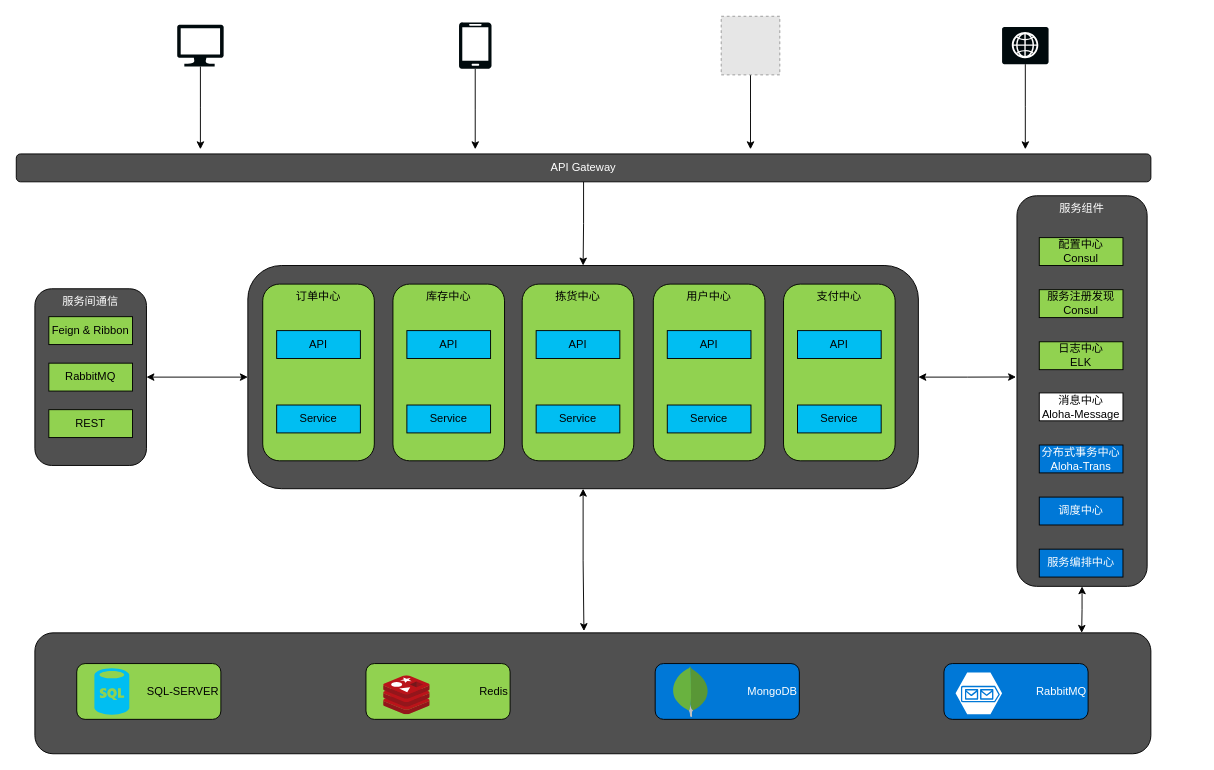
FYou/drawIo keeps this draw.io diagram as work/aloha-role.drawio. Above is the earlier version. Source tidied: cells renumbered, new cells numbered last; positions are measured from the earlier drawing's top-left corner, leaving out a move shared by most shapes. Both pictures are drawn from the tidied source at 93%, with x=0, y=0 at pixel (16, 16). Pictures stored in the file or linked from it are replaced by grey dashed boxes.
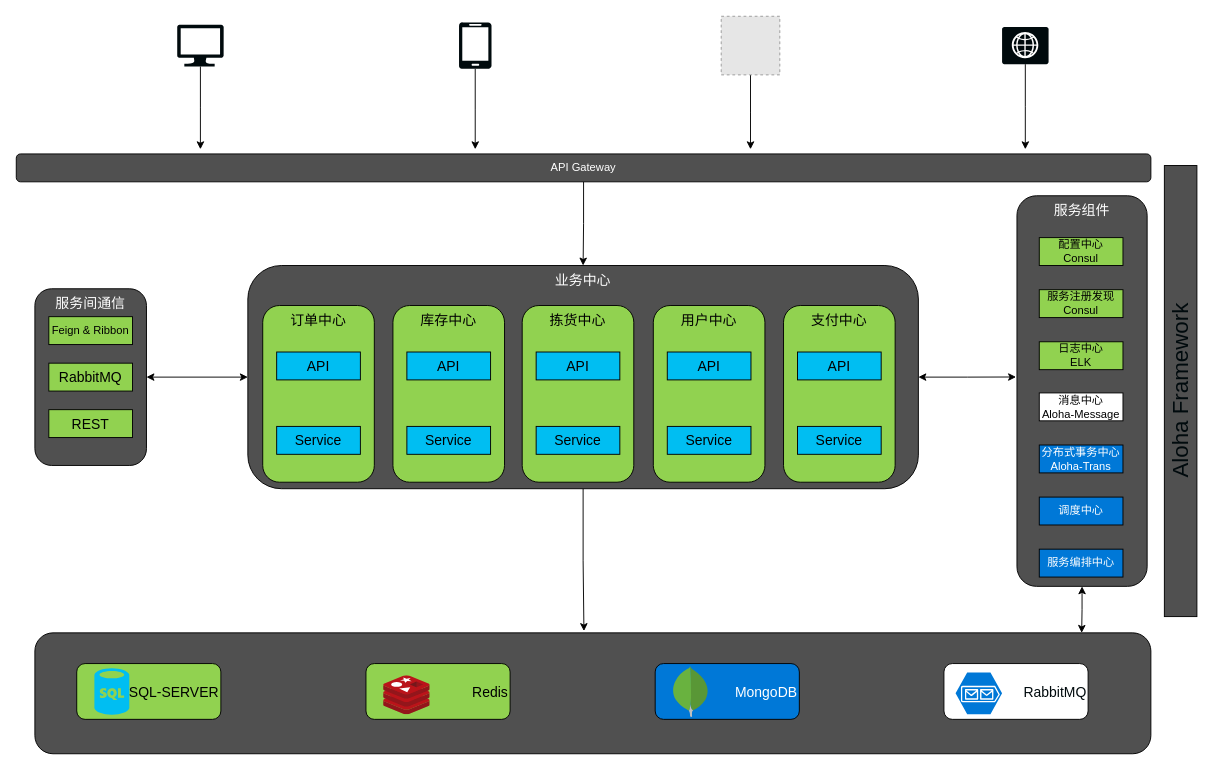
The same page after the edit.

The change refers to these unchanged cells:
```xml
<mxCell id="44" style="rounded=1;whiteSpace=wrap;html=1;shadow=0;fillColor=#505050;fontColor=#FFFFFF;" parent="1" vertex="1">
  <mxGeometry x="20" y="663" width="1200" height="130" as="geometry" />
</mxCell>
```

The edit, as a diff of the source:
```diff
@@
-    <mxCell id="2" style="edgeStyle=orthogonalEdgeStyle;rounded=0;jettySize=auto;html=1;entryX=1;entryY=0.5;entryDx=0;entryDy=0;startArrow=classic;startFill=1;" parent="1" edge="1" source="5" target="16">
+    <mxCell id="2" style="edgeStyle=orthogonalEdgeStyle;rounded=0;jettySize=auto;html=1;entryX=1;entryY=0.5;entryDx=0;entryDy=0;startArrow=classic;startFill=1;fontSize=15;" parent="1" edge="1" source="5" target="16">
       <mxGeometry relative="1" as="geometry" />
     </mxCell>
@@
-    <mxCell id="4" style="edgeStyle=orthogonalEdgeStyle;rounded=0;jettySize=auto;html=1;entryX=0.492;entryY=-0.015;entryDx=0;entryDy=0;entryPerimeter=0;startArrow=classic;startFill=1;" parent="1" edge="1" source="5" target="44">
+    <mxCell id="4" style="edgeStyle=orthogonalEdgeStyle;rounded=0;jettySize=auto;html=1;entryX=0.492;entryY=-0.015;entryDx=0;entryDy=0;entryPerimeter=0;startArrow=none;startFill=0;fontSize=15;" parent="1" edge="1" source="5" target="44">
       <mxGeometry relative="1" as="geometry" />
     </mxCell>
-    <mxCell id="5" style="rounded=1;whiteSpace=wrap;html=1;fillColor=#505050;fontColor=#FFFFFF;" parent="1" vertex="1">
+    <mxCell id="5" value="业务中心" style="rounded=1;whiteSpace=wrap;html=1;fillColor=#505050;fontColor=#FFFFFF;fontSize=15;verticalAlign=top;" parent="1" vertex="1">
       <mxGeometry x="249" y="268" width="721" height="240" as="geometry" />
     </mxCell>
@@
-    <mxCell id="16" value="服务间通信" style="rounded=1;whiteSpace=wrap;html=1;fillColor=#505050;horizontal=1;verticalAlign=top;fontColor=#FFFFFF;" parent="1" vertex="1">
+    <mxCell id="16" value="服务间通信" style="rounded=1;whiteSpace=wrap;html=1;fillColor=#505050;horizontal=1;verticalAlign=top;fontColor=#FFFFFF;fontSize=15;" parent="1" vertex="1">
       <mxGeometry x="20" y="293" width="120" height="190" as="geometry" />
     </mxCell>
-    <mxCell id="17" value="Feign &amp;amp; Ribbon" style="rounded=0;whiteSpace=wrap;html=1;fillColor=#91D250;" parent="1" vertex="1">
+    <mxCell id="17" value="Feign &amp;amp; Ribbon" style="rounded=0;whiteSpace=wrap;html=1;fillColor=#91D250;fontSize=12;" parent="1" vertex="1">
       <mxGeometry x="35" y="323" width="90" height="30" as="geometry" />
     </mxCell>
-    <mxCell id="18" value="RabbitMQ" style="rounded=0;whiteSpace=wrap;html=1;fillColor=#91D250;" parent="1" vertex="1">
+    <mxCell id="18" value="RabbitMQ" style="rounded=0;whiteSpace=wrap;html=1;fillColor=#91D250;fontSize=15;" parent="1" vertex="1">
       <mxGeometry x="35" y="373" width="90" height="30" as="geometry" />
     </mxCell>
-    <mxCell id="19" value="REST" style="rounded=0;whiteSpace=wrap;html=1;fillColor=#91D250;" parent="1" vertex="1">
+    <mxCell id="19" value="REST" style="rounded=0;whiteSpace=wrap;html=1;fillColor=#91D250;fontSize=15;" parent="1" vertex="1">
       <mxGeometry x="35" y="423" width="90" height="30" as="geometry" />
     </mxCell>
-    <mxCell id="20" value="订单中心" style="rounded=1;whiteSpace=wrap;html=1;fillColor=#91D250;horizontal=1;verticalAlign=top;" parent="1" vertex="1">
-      <mxGeometry x="265" y="288" width="120" height="190" as="geometry" />
+    <mxCell id="20" value="订单中心" style="rounded=1;whiteSpace=wrap;html=1;fillColor=#91D250;horizontal=1;verticalAlign=top;fontSize=15;" parent="1" vertex="1">
+      <mxGeometry x="265" y="311" width="120" height="190" as="geometry" />
     </mxCell>
-    <mxCell id="21" value="API" style="rounded=0;whiteSpace=wrap;html=1;fillColor=#00BEF2;" parent="1" vertex="1">
-      <mxGeometry x="280" y="338" width="90" height="30" as="geometry" />
+    <mxCell id="21" value="API" style="rounded=0;whiteSpace=wrap;html=1;fillColor=#00BEF2;fontSize=15;" parent="1" vertex="1">
+      <mxGeometry x="280" y="361" width="90" height="30" as="geometry" />
     </mxCell>
-    <mxCell id="22" value="Service" style="rounded=0;whiteSpace=wrap;html=1;fillColor=#00BEF2;" parent="1" vertex="1">
-      <mxGeometry x="280" y="418" width="90" height="30" as="geometry" />
+    <mxCell id="22" value="Service" style="rounded=0;whiteSpace=wrap;html=1;fillColor=#00BEF2;fontSize=15;" parent="1" vertex="1">
+      <mxGeometry x="280" y="441" width="90" height="30" as="geometry" />
     </mxCell>
-    <mxCell id="23" value="库存中心" style="rounded=1;whiteSpace=wrap;html=1;fillColor=#91D250;horizontal=1;verticalAlign=top;" parent="1" vertex="1">
-      <mxGeometry x="405" y="288" width="120" height="190" as="geometry" />
+    <mxCell id="23" value="库存中心" style="rounded=1;whiteSpace=wrap;html=1;fillColor=#91D250;horizontal=1;verticalAlign=top;fontSize=15;" parent="1" vertex="1">
+      <mxGeometry x="405" y="311" width="120" height="190" as="geometry" />
     </mxCell>
-    <mxCell id="24" value="API" style="rounded=0;whiteSpace=wrap;html=1;fillColor=#00BEF2;" parent="1" vertex="1">
-      <mxGeometry x="420" y="338" width="90" height="30" as="geometry" />
+    <mxCell id="24" value="API" style="rounded=0;whiteSpace=wrap;html=1;fillColor=#00BEF2;fontSize=15;" parent="1" vertex="1">
+      <mxGeometry x="420" y="361" width="90" height="30" as="geometry" />
     </mxCell>
-    <mxCell id="25" value="Service" style="rounded=0;whiteSpace=wrap;html=1;fillColor=#00BEF2;" parent="1" vertex="1">
-      <mxGeometry x="420" y="418" width="90" height="30" as="geometry" />
+    <mxCell id="25" value="Service" style="rounded=0;whiteSpace=wrap;html=1;fillColor=#00BEF2;fontSize=15;" parent="1" vertex="1">
+      <mxGeometry x="420" y="441" width="90" height="30" as="geometry" />
     </mxCell>
-    <mxCell id="26" value="拣货中心" style="rounded=1;whiteSpace=wrap;html=1;fillColor=#91D250;horizontal=1;verticalAlign=top;" parent="1" vertex="1">
-      <mxGeometry x="544" y="288" width="120" height="190" as="geometry" />
+    <mxCell id="26" value="拣货中心" style="rounded=1;whiteSpace=wrap;html=1;fillColor=#91D250;horizontal=1;verticalAlign=top;fontSize=15;" parent="1" vertex="1">
+      <mxGeometry x="544" y="311" width="120" height="190" as="geometry" />
     </mxCell>
-    <mxCell id="27" value="API" style="rounded=0;whiteSpace=wrap;html=1;fillColor=#00BEF2;" parent="1" vertex="1">
-      <mxGeometry x="559" y="338" width="90" height="30" as="geometry" />
+    <mxCell id="27" value="API" style="rounded=0;whiteSpace=wrap;html=1;fillColor=#00BEF2;fontSize=15;" parent="1" vertex="1">
+      <mxGeometry x="559" y="361" width="90" height="30" as="geometry" />
     </mxCell>
-    <mxCell id="28" value="Service" style="rounded=0;whiteSpace=wrap;html=1;fillColor=#00BEF2;" parent="1" vertex="1">
-      <mxGeometry x="559" y="418" width="90" height="30" as="geometry" />
+    <mxCell id="28" value="Service" style="rounded=0;whiteSpace=wrap;html=1;fillColor=#00BEF2;fontSize=15;" parent="1" vertex="1">
+      <mxGeometry x="559" y="441" width="90" height="30" as="geometry" />
     </mxCell>
-    <mxCell id="29" value="用户中心" style="rounded=1;whiteSpace=wrap;html=1;fillColor=#91D250;horizontal=1;verticalAlign=top;" parent="1" vertex="1">
-      <mxGeometry x="685" y="288" width="120" height="190" as="geometry" />
+    <mxCell id="29" value="用户中心" style="rounded=1;whiteSpace=wrap;html=1;fillColor=#91D250;horizontal=1;verticalAlign=top;fontSize=15;" parent="1" vertex="1">
+      <mxGeometry x="685" y="311" width="120" height="190" as="geometry" />
     </mxCell>
-    <mxCell id="30" value="API" style="rounded=0;whiteSpace=wrap;html=1;fillColor=#00BEF2;" parent="1" vertex="1">
-      <mxGeometry x="700" y="338" width="90" height="30" as="geometry" />
+    <mxCell id="30" value="API" style="rounded=0;whiteSpace=wrap;html=1;fillColor=#00BEF2;fontSize=15;" parent="1" vertex="1">
+      <mxGeometry x="700" y="361" width="90" height="30" as="geometry" />
     </mxCell>
-    <mxCell id="31" value="Service" style="rounded=0;whiteSpace=wrap;html=1;fillColor=#00BEF2;" parent="1" vertex="1">
-      <mxGeometry x="700" y="418" width="90" height="30" as="geometry" />
+    <mxCell id="31" value="Service" style="rounded=0;whiteSpace=wrap;html=1;fillColor=#00BEF2;fontSize=15;" parent="1" vertex="1">
+      <mxGeometry x="700" y="441" width="90" height="30" as="geometry" />
     </mxCell>
-    <mxCell id="32" value="支付中心" style="rounded=1;whiteSpace=wrap;html=1;fillColor=#91D250;horizontal=1;verticalAlign=top;" parent="1" vertex="1">
-      <mxGeometry x="825" y="288" width="120" height="190" as="geometry" />
+    <mxCell id="32" value="支付中心" style="rounded=1;whiteSpace=wrap;html=1;fillColor=#91D250;horizontal=1;verticalAlign=top;fontSize=15;" parent="1" vertex="1">
+      <mxGeometry x="825" y="311" width="120" height="190" as="geometry" />
     </mxCell>
-    <mxCell id="33" value="API" style="rounded=0;whiteSpace=wrap;html=1;fillColor=#00BEF2;" parent="1" vertex="1">
-      <mxGeometry x="840" y="338" width="90" height="30" as="geometry" />
+    <mxCell id="33" value="API" style="rounded=0;whiteSpace=wrap;html=1;fillColor=#00BEF2;fontSize=15;" parent="1" vertex="1">
+      <mxGeometry x="840" y="361" width="90" height="30" as="geometry" />
     </mxCell>
-    <mxCell id="34" value="Service" style="rounded=0;whiteSpace=wrap;html=1;fillColor=#00BEF2;" parent="1" vertex="1">
-      <mxGeometry x="840" y="418" width="90" height="30" as="geometry" />
+    <mxCell id="34" value="Service" style="rounded=0;whiteSpace=wrap;html=1;fillColor=#00BEF2;fontSize=15;" parent="1" vertex="1">
+      <mxGeometry x="840" y="441" width="90" height="30" as="geometry" />
     </mxCell>
@@
-    <mxCell id="36" value="服务组件" style="rounded=1;whiteSpace=wrap;html=1;fillColor=#505050;horizontal=1;verticalAlign=top;fontColor=#FFFFFF;" parent="1" vertex="1">
+    <mxCell id="36" value="服务组件" style="rounded=1;whiteSpace=wrap;html=1;fillColor=#505050;horizontal=1;verticalAlign=top;fontColor=#FFFFFF;fontSize=15;" parent="1" vertex="1">
       <mxGeometry x="1076" y="193" width="140" height="420" as="geometry" />
     </mxCell>
@@
-    <mxCell id="45" value="SQL-SERVER" style="rounded=1;whiteSpace=wrap;html=1;shadow=0;fillColor=#91D250;align=right;" parent="1" vertex="1">
+    <mxCell id="45" value="SQL-SERVER" style="rounded=1;whiteSpace=wrap;html=1;shadow=0;fillColor=#91D250;align=right;fontSize=15;" parent="1" vertex="1">
       <mxGeometry x="65" y="696" width="155" height="60" as="geometry" />
     </mxCell>
-    <mxCell id="46" style="verticalLabelPosition=bottom;html=1;verticalAlign=top;align=center;strokeColor=none;fillColor=#00BEF2;shape=mxgraph.azure.sql_database;shadow=0;" parent="1" vertex="1">
+    <mxCell id="46" style="verticalLabelPosition=bottom;html=1;verticalAlign=top;align=center;strokeColor=none;fillColor=#00BEF2;shape=mxgraph.azure.sql_database;shadow=0;fontSize=15;" parent="1" vertex="1">
       <mxGeometry x="84" y="701" width="37.5" height="50" as="geometry" />
     </mxCell>
-    <mxCell id="47" value="Redis" style="rounded=1;whiteSpace=wrap;html=1;shadow=0;fillColor=#91D250;align=right;labelPosition=center;verticalLabelPosition=middle;verticalAlign=middle;" parent="1" vertex="1">
+    <mxCell id="47" value="Redis" style="rounded=1;whiteSpace=wrap;html=1;shadow=0;fillColor=#91D250;align=right;labelPosition=center;verticalLabelPosition=middle;verticalAlign=middle;fontSize=15;" parent="1" vertex="1">
       <mxGeometry x="376" y="696" width="155" height="60" as="geometry" />
     </mxCell>
-    <mxCell id="48" value="MongoDB" style="rounded=1;whiteSpace=wrap;html=1;shadow=0;fillColor=#0078D7;align=right;fontColor=#FFFFFF;" parent="1" vertex="1">
+    <mxCell id="48" value="MongoDB" style="rounded=1;whiteSpace=wrap;html=1;shadow=0;fillColor=#0078D7;align=right;fontColor=#FFFFFF;fontSize=15;" parent="1" vertex="1">
       <mxGeometry x="687" y="696" width="155" height="60" as="geometry" />
     </mxCell>
-    <mxCell id="49" value="RabbitMQ" style="rounded=1;whiteSpace=wrap;html=1;shadow=0;fillColor=#0078D7;align=right;fontColor=#FFFFFF;" parent="1" vertex="1">
+    <mxCell id="49" value="RabbitMQ" style="rounded=1;whiteSpace=wrap;html=1;shadow=0;fillColor=#FFFFFF;align=right;fontColor=#000A0D;fontSize=15;" parent="1" vertex="1">
       <mxGeometry x="997.5" y="696" width="155" height="60" as="geometry" />
     </mxCell>
-    <mxCell id="50" style="html=1;perimeter=none;align=center;shadow=0;dashed=0;image;fontSize=12;image=img/lib/mscae/Cache_Redis_Product.svg;fillColor=#FFFFFF;" parent="1" vertex="1">
+    <mxCell id="50" style="html=1;perimeter=none;align=center;shadow=0;dashed=0;image;fontSize=15;image=img/lib/mscae/Cache_Redis_Product.svg;fillColor=#FFFFFF;" parent="1" vertex="1">
       <mxGeometry x="395" y="709" width="50" height="42" as="geometry" />
     </mxCell>
-    <mxCell id="51" style="dashed=0;html=1;align=center;labelPosition=center;verticalLabelPosition=bottom;verticalAlign=top;shape=mxgraph.weblogos.mongodb;shadow=0;fillColor=#FFFFFF;" parent="1" vertex="1">
+    <mxCell id="51" style="dashed=0;html=1;align=center;labelPosition=center;verticalLabelPosition=bottom;verticalAlign=top;shape=mxgraph.weblogos.mongodb;shadow=0;fillColor=#FFFFFF;fontSize=15;" parent="1" vertex="1">
       <mxGeometry x="705" y="698.5" width="40" height="55" as="geometry" />
     </mxCell>
-    <mxCell id="52" style="verticalLabelPosition=bottom;html=1;verticalAlign=top;align=center;strokeColor=none;fillColor=#FFFFFF;shape=mxgraph.azure.storage_queue;shadow=0;" parent="1" vertex="1">
+    <mxCell id="52" style="verticalLabelPosition=bottom;html=1;verticalAlign=top;align=center;strokeColor=none;fillColor=#0078D7;shape=mxgraph.azure.storage_queue;shadow=0;" parent="1" vertex="1">
       <mxGeometry x="1010" y="705.5" width="50" height="45" as="geometry" />
     </mxCell>
+    <mxCell id="53" value="Aloha Framework" style="rounded=0;whiteSpace=wrap;html=1;shadow=0;fillColor=#505050;fontSize=24;fontColor=#000A0D;align=center;horizontal=0;verticalAlign=middle;" parent="1" vertex="1">
+      <mxGeometry x="1234.5" y="160.5" width="35" height="485" as="geometry" />
+    </mxCell>
```
